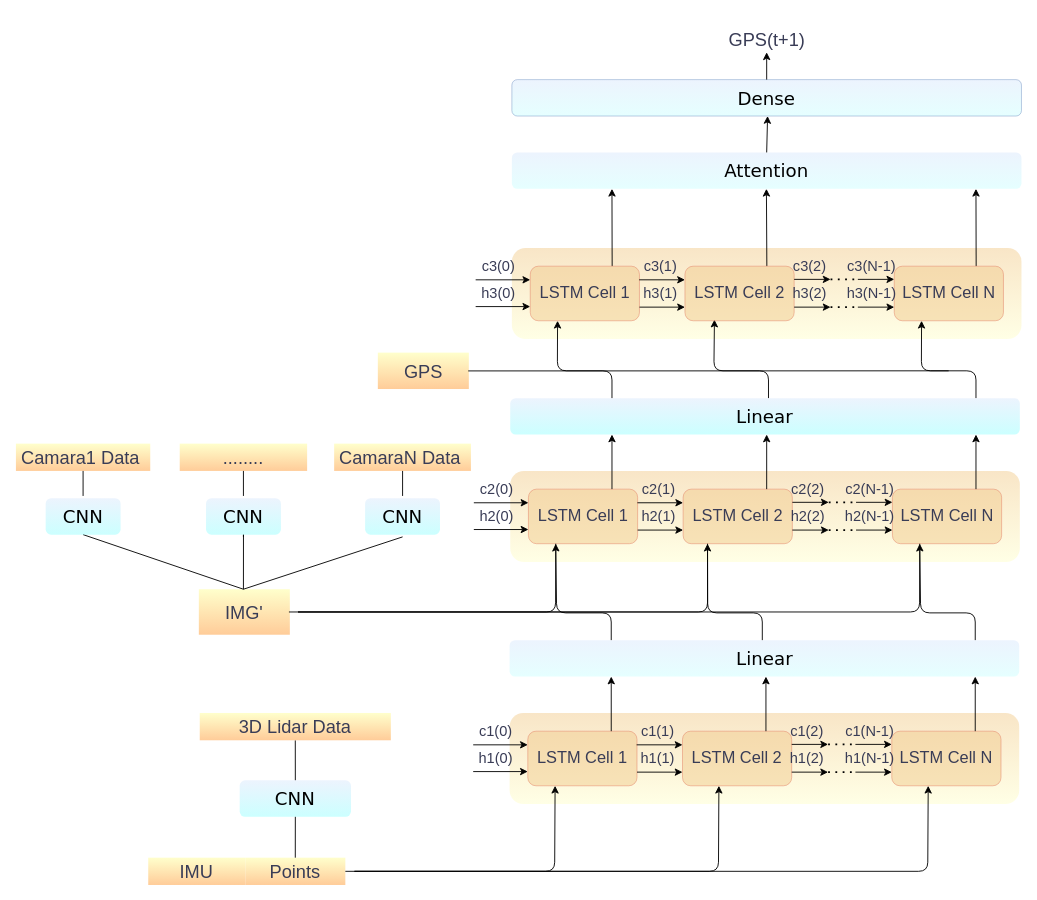
Above: LSTM单独.drawio in WFTGF2024/UML (draw.io), before the change. Source tidied: cells renumbered, new cells numbered last; positions are measured from the earlier drawing's top-left corner, leaving out a move shared by most shapes. Both pictures are drawn from the tidied source at 91%, with x=0, y=0 at pixel (15, 25).
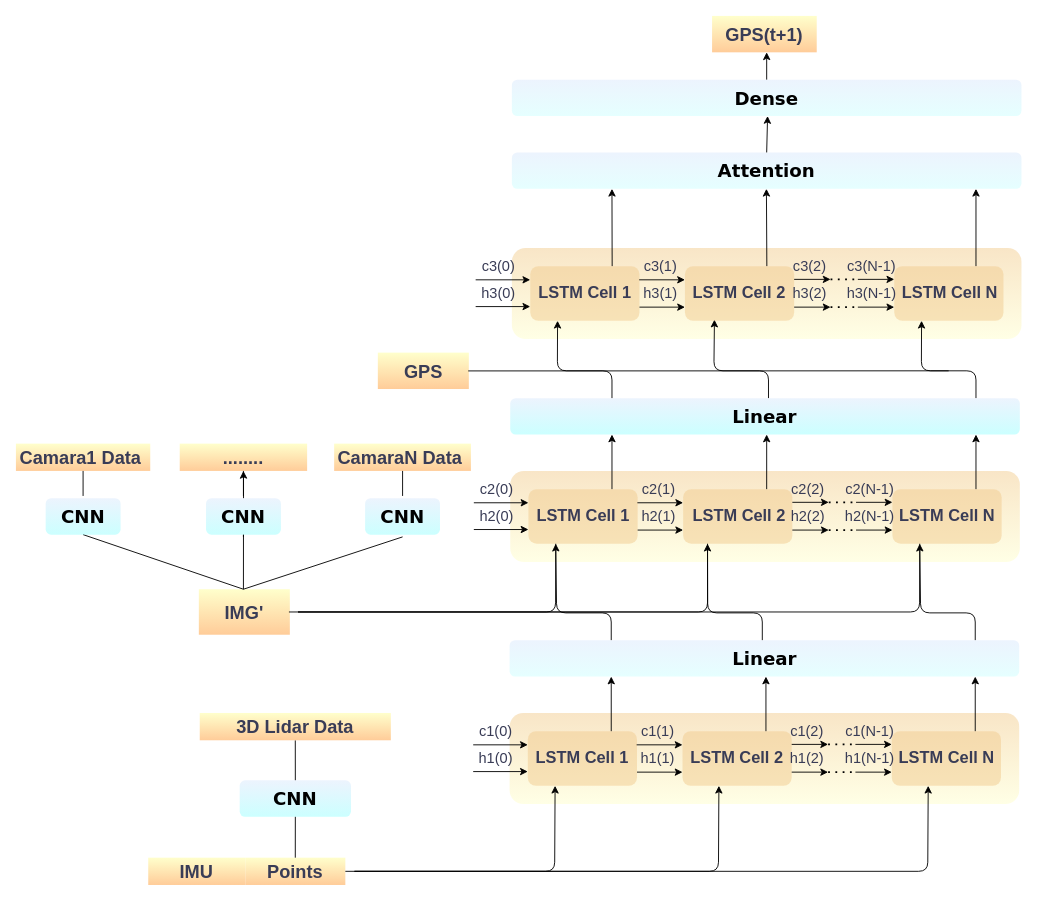
Above is the later version.

Change to the diagram source:
```diff
@@
-    <mxCell id="2" value="&lt;font face=&quot;Verdana&quot; style=&quot;font-size: 20px;&quot;&gt;Attention&lt;/font&gt;" style="rounded=1;whiteSpace=wrap;html=1;fillColor=#dae8fc;opacity=50;labelBackgroundColor=none;strokeColor=none;fillStyle=hatch;gradientColor=#CCFFFF;" parent="1" vertex="1">
+    <mxCell id="2" value="&lt;font style=&quot;font-size: 20px;&quot; face=&quot;Verdana&quot;&gt;Attention&lt;/font&gt;" style="rounded=1;whiteSpace=wrap;html=1;fillColor=#dae8fc;opacity=50;labelBackgroundColor=none;strokeColor=none;fillStyle=hatch;gradientColor=#CCFFFF;fontStyle=1;" parent="1" vertex="1">
       <mxGeometry x="545" y="140" width="560" height="40" as="geometry" />
     </mxCell>
@@
-    <mxCell id="4" style="endArrow=classic;html=1;rounded=0;exitX=0.75;exitY=0;exitDx=0;exitDy=0;labelBackgroundColor=none;strokeColor=default;fontColor=default;" parent="1" edge="1" source="42">
+    <mxCell id="4" style="endArrow=classic;html=1;rounded=0;labelBackgroundColor=none;strokeColor=default;fontColor=default;" parent="1" edge="1">
       <mxGeometry relative="1" as="geometry">
+        <mxPoint x="1055" y="265" as="sourcePoint" />
         <mxPoint x="1055" y="180" as="targetPoint" />
       </mxGeometry>
     </mxCell>
@@
-    <mxCell id="7" value="&lt;font style=&quot;font-size: 20px;&quot;&gt;GPS&lt;/font&gt;" style="rounded=0;whiteSpace=wrap;html=1;labelBackgroundColor=none;fillColor=#FFFFCC;strokeColor=none;fontColor=#393C56;gradientColor=#FFCC99;" parent="1" vertex="1">
+    <mxCell id="7" value="&lt;font style=&quot;font-size: 20px;&quot;&gt;&lt;b&gt;GPS&lt;/b&gt;&lt;/font&gt;" style="rounded=0;whiteSpace=wrap;html=1;labelBackgroundColor=none;fillColor=#FFFFCC;strokeColor=none;fontColor=#393C56;gradientColor=#FFCC99;" parent="1" vertex="1">
       <mxGeometry x="397.7" y="360" width="100" height="40" as="geometry" />
     </mxCell>
-    <mxCell id="8" value="&lt;font face=&quot;Verdana&quot;&gt;&lt;span style=&quot;font-size: 20px;&quot;&gt;Dense&lt;/span&gt;&lt;/font&gt;" style="rounded=1;whiteSpace=wrap;html=1;fillColor=#dae8fc;opacity=50;labelBackgroundColor=none;strokeColor=#6c8ebf;gradientColor=#CCFFFF;" parent="1" vertex="1">
+    <mxCell id="8" value="&lt;font face=&quot;Verdana&quot;&gt;&lt;span style=&quot;font-size: 20px;&quot;&gt;Dense&lt;/span&gt;&lt;/font&gt;" style="rounded=1;whiteSpace=wrap;html=1;fillColor=#dae8fc;opacity=50;labelBackgroundColor=none;strokeColor=none;gradientColor=#CCFFFF;fontStyle=1;" parent="1" vertex="1">
       <mxGeometry x="545" y="60" width="560" height="40" as="geometry" />
     </mxCell>
@@
-    <mxCell id="11" value="&lt;font style=&quot;font-size: 20px;&quot;&gt;GPS(t+1)&lt;/font&gt;" style="text;html=1;align=center;verticalAlign=middle;whiteSpace=wrap;rounded=0;labelBackgroundColor=none;fontColor=#393C56;" parent="1" vertex="1">
-      <mxGeometry x="780.5" width="89" height="30" as="geometry" />
-    </mxCell>
@@
-    <mxCell id="13" style="rounded=1;whiteSpace=wrap;html=1;fillColor=#F2CC8F;opacity=50;labelBackgroundColor=none;strokeColor=#E07A5F;fontColor=#393C56;" parent="1" vertex="1">
+    <mxCell id="13" style="rounded=1;whiteSpace=wrap;html=1;fillColor=#F2CC8F;opacity=50;labelBackgroundColor=none;strokeColor=none;fontColor=#393C56;" parent="1" vertex="1">
       <mxGeometry x="563.2" y="510" width="120" height="60" as="geometry" />
     </mxCell>
-    <mxCell id="14" style="rounded=1;whiteSpace=wrap;html=1;fillColor=#F2CC8F;opacity=50;labelBackgroundColor=none;strokeColor=#E07A5F;fontColor=#393C56;" parent="1" vertex="1">
+    <mxCell id="14" style="rounded=1;whiteSpace=wrap;html=1;fillColor=#F2CC8F;opacity=50;labelBackgroundColor=none;strokeColor=none;fontColor=#393C56;" parent="1" vertex="1">
       <mxGeometry x="733.2" y="510" width="120" height="60" as="geometry" />
     </mxCell>
-    <mxCell id="15" style="rounded=1;whiteSpace=wrap;html=1;fillColor=#F2CC8F;opacity=50;labelBackgroundColor=none;strokeColor=#E07A5F;fontColor=#393C56;" parent="1" vertex="1">
+    <mxCell id="15" style="rounded=1;whiteSpace=wrap;html=1;fillColor=#F2CC8F;opacity=50;labelBackgroundColor=none;strokeColor=none;fontColor=#393C56;" parent="1" vertex="1">
       <mxGeometry x="963.2" y="510" width="120" height="60" as="geometry" />
     </mxCell>
@@
-    <mxCell id="24" value="&lt;font style=&quot;font-size: 18px;&quot;&gt;LSTM Cell 1&lt;/font&gt;" style="text;html=1;align=center;verticalAlign=middle;whiteSpace=wrap;rounded=0;labelBackgroundColor=none;fontColor=#393C56;" parent="1" vertex="1">
+    <mxCell id="24" value="&lt;font style=&quot;font-size: 18px;&quot;&gt;LSTM Cell 1&lt;/font&gt;" style="text;html=1;align=center;verticalAlign=middle;whiteSpace=wrap;rounded=0;labelBackgroundColor=none;fontColor=#393C56;fontStyle=1;" parent="1" vertex="1">
       <mxGeometry x="570.7" y="525" width="105" height="30" as="geometry" />
     </mxCell>
-    <mxCell id="25" value="&lt;font style=&quot;font-size: 18px;&quot;&gt;LSTM Cell 2&lt;/font&gt;" style="text;html=1;align=center;verticalAlign=middle;whiteSpace=wrap;rounded=0;labelBackgroundColor=none;fontColor=#393C56;" parent="1" vertex="1">
-      <mxGeometry x="741.7" y="525" width="103" height="30" as="geometry" />
+    <mxCell id="25" value="&lt;font style=&quot;font-size: 18px;&quot;&gt;LSTM Cell 2&lt;/font&gt;" style="text;html=1;align=center;verticalAlign=middle;whiteSpace=wrap;rounded=0;labelBackgroundColor=none;fontColor=#393C56;fontStyle=1;" parent="1" vertex="1">
+      <mxGeometry x="741.1" y="525" width="108.3" height="30" as="geometry" />
     </mxCell>
-    <mxCell id="26" value="&lt;font style=&quot;font-size: 18px;&quot;&gt;LSTM Cell N&lt;/font&gt;" style="text;html=1;align=center;verticalAlign=middle;whiteSpace=wrap;rounded=0;labelBackgroundColor=none;fontColor=#393C56;" parent="1" vertex="1">
-      <mxGeometry x="970.7" y="525" width="105" height="30" as="geometry" />
+    <mxCell id="26" value="&lt;font style=&quot;font-size: 18px;&quot;&gt;LSTM Cell N&lt;/font&gt;" style="text;html=1;align=center;verticalAlign=middle;whiteSpace=wrap;rounded=0;labelBackgroundColor=none;fontColor=#393C56;fontStyle=1;" parent="1" vertex="1">
+      <mxGeometry x="968.6" y="525" width="109.3" height="30" as="geometry" />
     </mxCell>
@@
-    <mxCell id="40" style="rounded=1;whiteSpace=wrap;html=1;fillColor=#F2CC8F;opacity=50;labelBackgroundColor=none;strokeColor=#E07A5F;fontColor=#393C56;" parent="1" vertex="1">
+    <mxCell id="40" style="rounded=1;whiteSpace=wrap;html=1;fillColor=#F2CC8F;opacity=50;labelBackgroundColor=none;strokeColor=none;fontColor=#393C56;" parent="1" vertex="1">
       <mxGeometry x="565.2" y="265" width="120" height="60" as="geometry" />
     </mxCell>
-    <mxCell id="41" style="rounded=1;whiteSpace=wrap;html=1;fillColor=#F2CC8F;opacity=50;labelBackgroundColor=none;strokeColor=#E07A5F;fontColor=#393C56;" parent="1" vertex="1">
+    <mxCell id="41" style="rounded=1;whiteSpace=wrap;html=1;fillColor=#F2CC8F;opacity=50;labelBackgroundColor=none;strokeColor=none;fontColor=#393C56;" parent="1" vertex="1">
       <mxGeometry x="735.2" y="265" width="120" height="60" as="geometry" />
     </mxCell>
-    <mxCell id="42" style="rounded=1;whiteSpace=wrap;html=1;fillColor=#F2CC8F;opacity=50;labelBackgroundColor=none;strokeColor=#E07A5F;fontColor=#393C56;" parent="1" vertex="1">
+    <mxCell id="42" style="rounded=1;whiteSpace=wrap;html=1;fillColor=#F2CC8F;opacity=50;labelBackgroundColor=none;strokeColor=none;fontColor=#393C56;" parent="1" vertex="1">
       <mxGeometry x="965.2" y="265" width="120" height="60" as="geometry" />
     </mxCell>
@@
-    <mxCell id="51" value="&lt;font style=&quot;font-size: 18px;&quot;&gt;LSTM Cell 1&lt;/font&gt;" style="text;html=1;align=center;verticalAlign=middle;whiteSpace=wrap;rounded=0;labelBackgroundColor=none;fontColor=#393C56;" parent="1" vertex="1">
+    <mxCell id="51" value="&lt;font style=&quot;font-size: 18px;&quot;&gt;LSTM Cell 1&lt;/font&gt;" style="text;html=1;align=center;verticalAlign=middle;whiteSpace=wrap;rounded=0;labelBackgroundColor=none;fontColor=#393C56;fontStyle=1;" parent="1" vertex="1">
       <mxGeometry x="572.7" y="280" width="105" height="30" as="geometry" />
     </mxCell>
-    <mxCell id="52" value="&lt;font style=&quot;font-size: 18px;&quot;&gt;LSTM Cell 2&lt;/font&gt;" style="text;html=1;align=center;verticalAlign=middle;whiteSpace=wrap;rounded=0;labelBackgroundColor=none;fontColor=#393C56;" parent="1" vertex="1">
-      <mxGeometry x="743.7" y="280" width="103" height="30" as="geometry" />
+    <mxCell id="52" value="&lt;font style=&quot;font-size: 18px;&quot;&gt;LSTM Cell 2&lt;/font&gt;" style="text;html=1;align=center;verticalAlign=middle;whiteSpace=wrap;rounded=0;labelBackgroundColor=none;fontColor=#393C56;fontStyle=1;" parent="1" vertex="1">
+      <mxGeometry x="742.1" y="280" width="106.3" height="30" as="geometry" />
     </mxCell>
-    <mxCell id="53" value="&lt;font style=&quot;font-size: 18px;&quot;&gt;LSTM Cell N&lt;/font&gt;" style="text;html=1;align=center;verticalAlign=middle;whiteSpace=wrap;rounded=0;labelBackgroundColor=none;fontColor=#393C56;" parent="1" vertex="1">
-      <mxGeometry x="972.7" y="280" width="105" height="30" as="geometry" />
+    <mxCell id="53" value="&lt;font style=&quot;font-size: 18px;&quot;&gt;LSTM Cell N&lt;/font&gt;" style="text;html=1;align=center;verticalAlign=middle;whiteSpace=wrap;rounded=0;labelBackgroundColor=none;fontColor=#393C56;fontStyle=1;" parent="1" vertex="1">
+      <mxGeometry x="972.7" y="280" width="107.3" height="30" as="geometry" />
     </mxCell>
@@
-    <mxCell id="64" value="&lt;font face=&quot;Verdana&quot;&gt;&lt;span style=&quot;font-size: 20px;&quot;&gt;Linear&lt;/span&gt;&lt;/font&gt;" style="rounded=1;whiteSpace=wrap;html=1;fillColor=#dae8fc;opacity=50;labelBackgroundColor=none;strokeColor=none;gradientColor=#99FFFF;" parent="1" vertex="1">
+    <mxCell id="64" value="&lt;font face=&quot;Verdana&quot;&gt;&lt;span style=&quot;font-size: 20px;&quot;&gt;Linear&lt;/span&gt;&lt;/font&gt;" style="rounded=1;whiteSpace=wrap;html=1;fillColor=#dae8fc;opacity=50;labelBackgroundColor=none;strokeColor=none;gradientColor=#99FFFF;fontStyle=1;" parent="1" vertex="1">
       <mxGeometry x="543.2" y="410" width="560" height="40" as="geometry" />
     </mxCell>
@@
-    <mxCell id="69" value="&lt;font style=&quot;font-size: 20px;&quot;&gt;IMG'&lt;/font&gt;" style="rounded=0;whiteSpace=wrap;html=1;labelBackgroundColor=none;fillColor=#FFFFCC;strokeColor=none;fontColor=#393C56;gradientColor=#FFCC99;" parent="1" vertex="1">
+    <mxCell id="69" value="&lt;font style=&quot;font-size: 20px;&quot;&gt;IMG'&lt;/font&gt;" style="rounded=0;whiteSpace=wrap;html=1;labelBackgroundColor=none;fillColor=#FFFFCC;strokeColor=none;fontColor=#393C56;gradientColor=#FFCC99;fontStyle=1;" parent="1" vertex="1">
       <mxGeometry x="201" y="620" width="100" height="50" as="geometry" />
     </mxCell>
-    <mxCell id="70" value="&lt;font style=&quot;font-size: 20px;&quot;&gt;IMU&lt;/font&gt;" style="rounded=0;whiteSpace=wrap;html=1;labelBackgroundColor=none;fillColor=#FFFFCC;strokeColor=none;fontColor=#393C56;gradientColor=#FFCC99;" parent="1" vertex="1">
+    <mxCell id="70" value="&lt;font style=&quot;font-size: 20px;&quot;&gt;IMU&lt;/font&gt;" style="rounded=0;whiteSpace=wrap;html=1;labelBackgroundColor=none;fillColor=#FFFFCC;strokeColor=none;fontColor=#393C56;gradientColor=#FFCC99;fontStyle=1;" parent="1" vertex="1">
       <mxGeometry x="145.4" y="915" width="106.6" height="30" as="geometry" />
     </mxCell>
-    <mxCell id="71" value="&lt;font style=&quot;font-size: 20px;&quot;&gt;Points&lt;/font&gt;" style="rounded=0;whiteSpace=wrap;html=1;labelBackgroundColor=none;fillColor=#FFFFCC;strokeColor=none;fontColor=#393C56;gradientColor=#FFCC99;" parent="1" vertex="1">
+    <mxCell id="71" value="&lt;font style=&quot;font-size: 20px;&quot;&gt;Points&lt;/font&gt;" style="rounded=0;whiteSpace=wrap;html=1;labelBackgroundColor=none;fillColor=#FFFFCC;strokeColor=none;fontColor=#393C56;gradientColor=#FFCC99;fontStyle=1;" parent="1" vertex="1">
       <mxGeometry x="252" y="915" width="110" height="30" as="geometry" />
     </mxCell>
@@
-    <mxCell id="73" style="rounded=1;whiteSpace=wrap;html=1;fillColor=#F2CC8F;opacity=50;labelBackgroundColor=none;strokeColor=#E07A5F;fontColor=#393C56;" parent="1" vertex="1">
+    <mxCell id="73" style="rounded=1;whiteSpace=wrap;html=1;fillColor=#F2CC8F;opacity=50;labelBackgroundColor=none;strokeColor=none;fontColor=#393C56;" parent="1" vertex="1">
       <mxGeometry x="562.5" y="776" width="120" height="60" as="geometry" />
     </mxCell>
-    <mxCell id="74" style="rounded=1;whiteSpace=wrap;html=1;fillColor=#F2CC8F;opacity=50;labelBackgroundColor=none;strokeColor=#E07A5F;fontColor=#393C56;" parent="1" vertex="1">
+    <mxCell id="74" style="rounded=1;whiteSpace=wrap;html=1;fillColor=#F2CC8F;opacity=50;labelBackgroundColor=none;strokeColor=none;fontColor=#393C56;" parent="1" vertex="1">
       <mxGeometry x="732.5" y="776" width="120" height="60" as="geometry" />
     </mxCell>
-    <mxCell id="75" style="rounded=1;whiteSpace=wrap;html=1;fillColor=#F2CC8F;opacity=50;labelBackgroundColor=none;strokeColor=#E07A5F;fontColor=#393C56;" parent="1" vertex="1">
+    <mxCell id="75" style="rounded=1;whiteSpace=wrap;html=1;fillColor=#F2CC8F;opacity=50;labelBackgroundColor=none;strokeColor=none;fontColor=#393C56;" parent="1" vertex="1">
       <mxGeometry x="962.5" y="776" width="120" height="60" as="geometry" />
     </mxCell>
@@
-    <mxCell id="85" value="&lt;font style=&quot;font-size: 18px;&quot;&gt;LSTM Cell 1&lt;/font&gt;" style="text;html=1;align=center;verticalAlign=middle;whiteSpace=wrap;rounded=0;labelBackgroundColor=none;fontColor=#393C56;" parent="1" vertex="1">
+    <mxCell id="85" value="&lt;font style=&quot;font-size: 18px;&quot;&gt;LSTM Cell 1&lt;/font&gt;" style="text;html=1;align=center;verticalAlign=middle;whiteSpace=wrap;rounded=0;labelBackgroundColor=none;fontColor=#393C56;fontStyle=1;" parent="1" vertex="1">
       <mxGeometry x="570" y="791" width="105" height="30" as="geometry" />
     </mxCell>
-    <mxCell id="86" value="&lt;font style=&quot;font-size: 18px;&quot;&gt;LSTM Cell 2&lt;/font&gt;" style="text;html=1;align=center;verticalAlign=middle;whiteSpace=wrap;rounded=0;labelBackgroundColor=none;fontColor=#393C56;" parent="1" vertex="1">
-      <mxGeometry x="741" y="791" width="103" height="30" as="geometry" />
+    <mxCell id="86" value="&lt;font style=&quot;font-size: 18px;&quot;&gt;LSTM Cell 2&lt;/font&gt;" style="text;html=1;align=center;verticalAlign=middle;whiteSpace=wrap;rounded=0;labelBackgroundColor=none;fontColor=#393C56;fontStyle=1;" parent="1" vertex="1">
+      <mxGeometry x="737.7" y="791" width="109" height="30" as="geometry" />
     </mxCell>
-    <mxCell id="87" value="&lt;font style=&quot;font-size: 18px;&quot;&gt;LSTM Cell N&lt;/font&gt;" style="text;html=1;align=center;verticalAlign=middle;whiteSpace=wrap;rounded=0;labelBackgroundColor=none;fontColor=#393C56;" parent="1" vertex="1">
-      <mxGeometry x="970" y="791" width="105" height="30" as="geometry" />
+    <mxCell id="87" value="&lt;font style=&quot;font-size: 18px;&quot;&gt;LSTM Cell N&lt;/font&gt;" style="text;html=1;align=center;verticalAlign=middle;whiteSpace=wrap;rounded=0;labelBackgroundColor=none;fontColor=#393C56;fontStyle=1;" parent="1" vertex="1">
+      <mxGeometry x="967.5" y="791" width="110" height="30" as="geometry" />
     </mxCell>
@@
-    <mxCell id="103" value="&lt;font face=&quot;Verdana&quot;&gt;&lt;span style=&quot;font-size: 20px;&quot;&gt;Linear&lt;/span&gt;&lt;/font&gt;" style="rounded=1;whiteSpace=wrap;html=1;fillColor=#dae8fc;opacity=50;labelBackgroundColor=none;strokeColor=none;gradientColor=#CCFFFF;" parent="1" vertex="1">
+    <mxCell id="103" value="&lt;font face=&quot;Verdana&quot;&gt;&lt;span style=&quot;font-size: 20px;&quot;&gt;Linear&lt;/span&gt;&lt;/font&gt;" style="rounded=1;whiteSpace=wrap;html=1;fillColor=#dae8fc;opacity=50;labelBackgroundColor=none;strokeColor=none;gradientColor=#CCFFFF;fontStyle=1;" parent="1" vertex="1">
       <mxGeometry x="542.5" y="676" width="560" height="40" as="geometry" />
     </mxCell>
@@
-    <mxCell id="108" value="&lt;span style=&quot;font-size: 20px;&quot;&gt;........&lt;/span&gt;" style="rounded=0;whiteSpace=wrap;html=1;labelBackgroundColor=none;fillColor=#FFFFCC;strokeColor=none;fontColor=#393C56;gradientColor=#FFCC99;" parent="1" vertex="1">
+    <mxCell id="108" value="&lt;span style=&quot;font-size: 20px;&quot;&gt;&lt;b&gt;........&lt;/b&gt;&lt;/span&gt;" style="rounded=0;whiteSpace=wrap;html=1;labelBackgroundColor=none;fillColor=#FFFFCC;strokeColor=none;fontColor=#393C56;gradientColor=#FFCC99;" parent="1" vertex="1">
       <mxGeometry x="180" y="460" width="140" height="30" as="geometry" />
     </mxCell>
@@
-    <mxCell id="110" value="&lt;font style=&quot;font-size: 20px;&quot;&gt;CamaraN Data&amp;nbsp;&lt;/font&gt;" style="rounded=0;whiteSpace=wrap;html=1;labelBackgroundColor=none;fillColor=#FFFFCC;strokeColor=none;fontColor=#393C56;gradientColor=#FFCC99;" parent="1" vertex="1">
+    <mxCell id="110" value="&lt;font style=&quot;font-size: 20px;&quot;&gt;&lt;b&gt;CamaraN Data&amp;nbsp;&lt;/b&gt;&lt;/font&gt;" style="rounded=0;whiteSpace=wrap;html=1;labelBackgroundColor=none;fillColor=#FFFFCC;strokeColor=none;fontColor=#393C56;gradientColor=#FFCC99;" parent="1" vertex="1">
       <mxGeometry x="349.7" y="460" width="150.3" height="30" as="geometry" />
     </mxCell>
-    <mxCell id="111" value="&lt;font style=&quot;font-size: 20px;&quot;&gt;Camara1 Data&amp;nbsp;&lt;/font&gt;" style="rounded=0;whiteSpace=wrap;html=1;labelBackgroundColor=none;fillColor=#FFFFCC;strokeColor=none;fontColor=#393C56;gradientColor=#FFCC99;" parent="1" vertex="1">
+    <mxCell id="111" value="&lt;font style=&quot;font-size: 20px;&quot;&gt;&lt;b&gt;Camara1 Data&amp;nbsp;&lt;/b&gt;&lt;/font&gt;" style="rounded=0;whiteSpace=wrap;html=1;labelBackgroundColor=none;fillColor=#FFFFCC;strokeColor=none;fontColor=#393C56;gradientColor=#FFCC99;" parent="1" vertex="1">
       <mxGeometry y="460" width="147.6" height="30" as="geometry" />
     </mxCell>
@@
-    <mxCell id="121" value="&lt;span style=&quot;font-size: 20px;&quot;&gt;3D Lidar Data&lt;/span&gt;" style="rounded=0;whiteSpace=wrap;html=1;labelBackgroundColor=none;fillColor=#FFFFCC;strokeColor=none;fontColor=#393C56;gradientColor=#FFCC99;" parent="1" vertex="1">
+    <mxCell id="121" value="&lt;span style=&quot;font-size: 20px;&quot;&gt;3D Lidar Data&lt;/span&gt;" style="rounded=0;whiteSpace=wrap;html=1;labelBackgroundColor=none;fillColor=#FFFFCC;strokeColor=none;fontColor=#393C56;gradientColor=#FFCC99;fontStyle=1;" parent="1" vertex="1">
       <mxGeometry x="202" y="756" width="210" height="30" as="geometry" />
     </mxCell>
-    <mxCell id="122" value="&lt;font face=&quot;Verdana&quot;&gt;&lt;span style=&quot;font-size: 20px;&quot;&gt;CNN&lt;/span&gt;&lt;/font&gt;" style="rounded=1;whiteSpace=wrap;html=1;fillColor=#dae8fc;opacity=50;labelBackgroundColor=none;strokeColor=none;gradientColor=#99FFFF;" parent="1" vertex="1">
+    <mxCell id="122" value="&lt;font face=&quot;Verdana&quot;&gt;&lt;span style=&quot;font-size: 20px;&quot;&gt;CNN&lt;/span&gt;&lt;/font&gt;" style="rounded=1;whiteSpace=wrap;html=1;fillColor=#dae8fc;opacity=50;labelBackgroundColor=none;strokeColor=none;gradientColor=#99FFFF;fontStyle=1;" parent="1" vertex="1">
       <mxGeometry x="32.7" y="520" width="82.3" height="40" as="geometry" />
     </mxCell>
@@
+    <mxCell id="127" style="edgeStyle=orthogonalEdgeStyle;rounded=0;jettySize=auto;html=1;" parent="1" edge="1" source="124" target="108">
+      <mxGeometry relative="1" as="geometry" />
+    </mxCell>
-    <mxCell id="124" value="&lt;font face=&quot;Verdana&quot;&gt;&lt;span style=&quot;font-size: 20px;&quot;&gt;CNN&lt;/span&gt;&lt;/font&gt;" style="rounded=1;whiteSpace=wrap;html=1;fillColor=#dae8fc;opacity=50;labelBackgroundColor=none;strokeColor=none;gradientColor=#99FFFF;" parent="1" vertex="1">
+    <mxCell id="124" value="&lt;font face=&quot;Verdana&quot;&gt;&lt;span style=&quot;font-size: 20px;&quot;&gt;CNN&lt;/span&gt;&lt;/font&gt;" style="rounded=1;whiteSpace=wrap;html=1;fillColor=#dae8fc;opacity=50;labelBackgroundColor=none;strokeColor=none;gradientColor=#99FFFF;fontStyle=1;" parent="1" vertex="1">
       <mxGeometry x="208.9" y="520" width="82.3" height="40" as="geometry" />
     </mxCell>
-    <mxCell id="125" value="&lt;font face=&quot;Verdana&quot;&gt;&lt;span style=&quot;font-size: 20px;&quot;&gt;CNN&lt;/span&gt;&lt;/font&gt;" style="rounded=1;whiteSpace=wrap;html=1;fillColor=#dae8fc;opacity=50;labelBackgroundColor=none;strokeColor=none;gradientColor=#99FFFF;" parent="1" vertex="1">
+    <mxCell id="125" value="&lt;font face=&quot;Verdana&quot;&gt;&lt;span style=&quot;font-size: 20px;&quot;&gt;CNN&lt;/span&gt;&lt;/font&gt;" style="rounded=1;whiteSpace=wrap;html=1;fillColor=#dae8fc;opacity=50;labelBackgroundColor=none;strokeColor=none;gradientColor=#99FFFF;fontStyle=1;" parent="1" vertex="1">
       <mxGeometry x="383.7" y="520" width="82.3" height="40" as="geometry" />
     </mxCell>
-    <mxCell id="126" value="&lt;font face=&quot;Verdana&quot;&gt;&lt;span style=&quot;font-size: 20px;&quot;&gt;CNN&lt;/span&gt;&lt;/font&gt;" style="rounded=1;whiteSpace=wrap;html=1;fillColor=#dae8fc;opacity=50;labelBackgroundColor=none;strokeColor=none;gradientColor=#99FFFF;" parent="1" vertex="1">
+    <mxCell id="126" value="&lt;font face=&quot;Verdana&quot;&gt;&lt;span style=&quot;font-size: 20px;&quot;&gt;CNN&lt;/span&gt;&lt;/font&gt;" style="rounded=1;whiteSpace=wrap;html=1;fillColor=#dae8fc;opacity=50;labelBackgroundColor=none;strokeColor=none;gradientColor=#99FFFF;fontStyle=1;" parent="1" vertex="1">
       <mxGeometry x="245.9" y="830" width="122.3" height="40" as="geometry" />
     </mxCell>
+    <mxCell id="11" value="&lt;font style=&quot;font-size: 20px;&quot;&gt;&lt;b&gt;GPS(t+1)&lt;/b&gt;&lt;/font&gt;" style="rounded=0;whiteSpace=wrap;html=1;labelBackgroundColor=none;fillColor=#FFFFCC;strokeColor=none;fontColor=#393C56;gradientColor=#FFCC99;" parent="1" vertex="1">
+      <mxGeometry x="765" y="-10" width="115" height="40" as="geometry" />
+    </mxCell>
```
